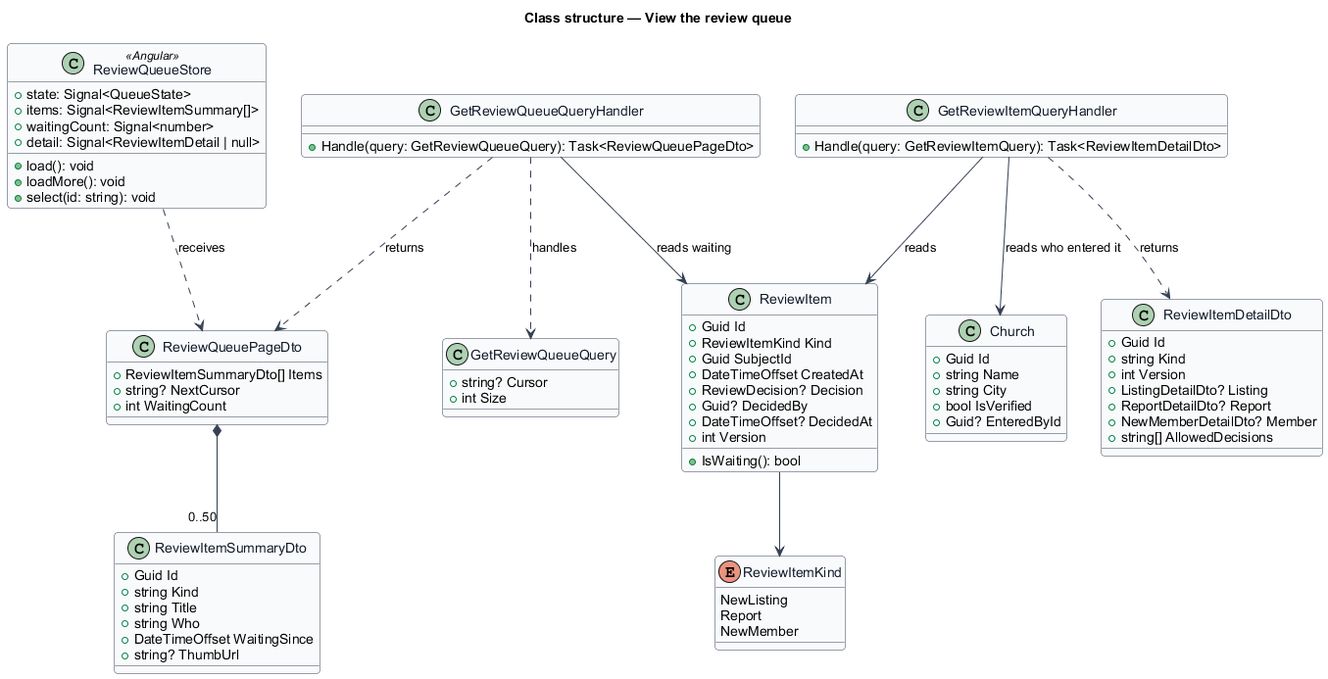
The PlantUML diagram docs/detailed-designs/review/view-review-queue/diagrams/class-structure.png in QuinntyneBrown/christian-rent, before a commit.
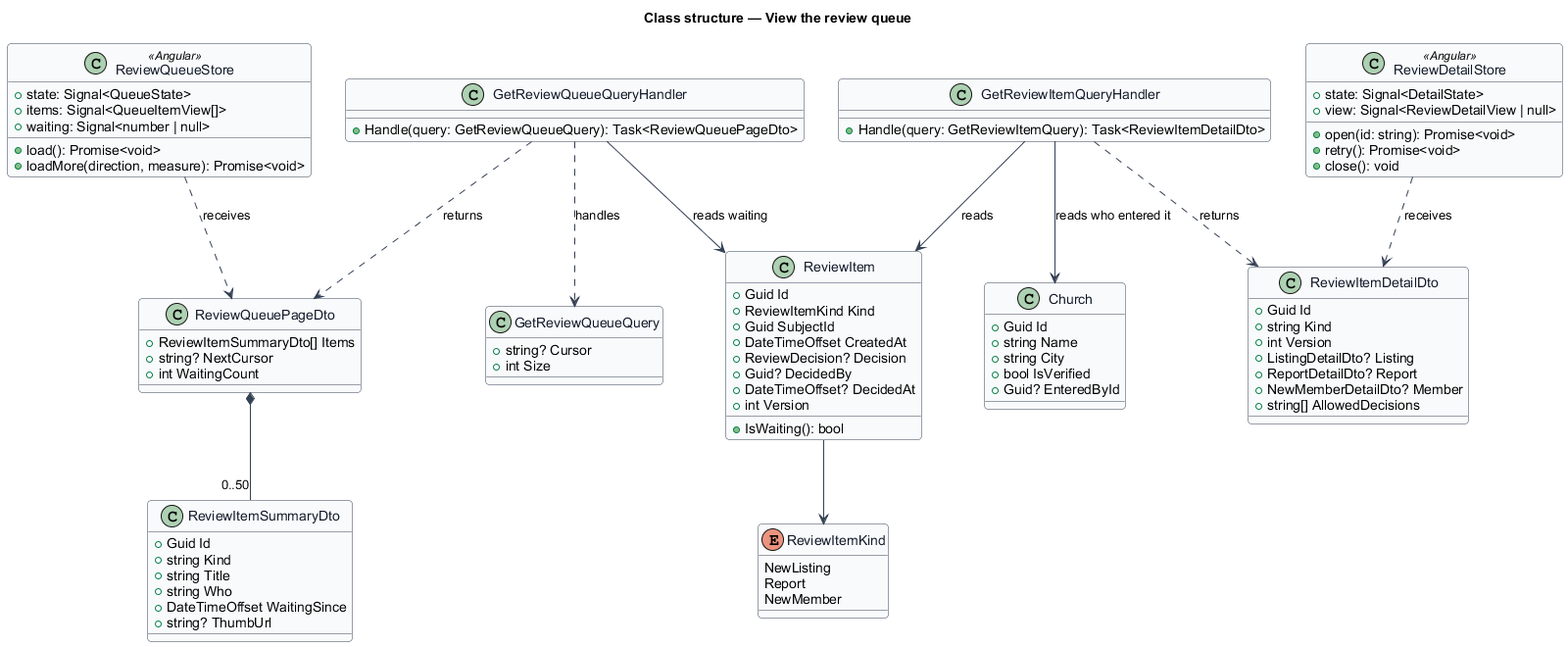
The same diagram one commit later.

The edit, as a diff of the source:
```diff
@@ -68,12 +68,17 @@
 }
 class ReviewQueueStore <<Angular>> {
   +state: Signal<QueueState>
-  +items: Signal<ReviewItemSummary[]>
-  +waitingCount: Signal<number>
-  +detail: Signal<ReviewItemDetail | null>
-  +load(): void
-  +loadMore(): void
-  +select(id: string): void
+  +items: Signal<QueueItemView[]>
+  +waiting: Signal<number | null>
+  +load(): Promise<void>
+  +loadMore(direction, measure): Promise<void>
+}
+class ReviewDetailStore <<Angular>> {
+  +state: Signal<DetailState>
+  +view: Signal<ReviewDetailView | null>
+  +open(id: string): Promise<void>
+  +retry(): Promise<void>
+  +close(): void
 }
 ReviewItem --> ReviewItemKind
 GetReviewQueueQueryHandler ..> GetReviewQueueQuery : handles
@@ -83,5 +88,6 @@
 GetReviewItemQueryHandler --> ReviewItem : reads
 GetReviewItemQueryHandler ..> ReviewItemDetailDto : returns
 ReviewQueueStore ..> ReviewQueuePageDto : receives
+ReviewDetailStore ..> ReviewItemDetailDto : receives
 GetReviewItemQueryHandler --> Church : reads who entered it
 @enduml
```
